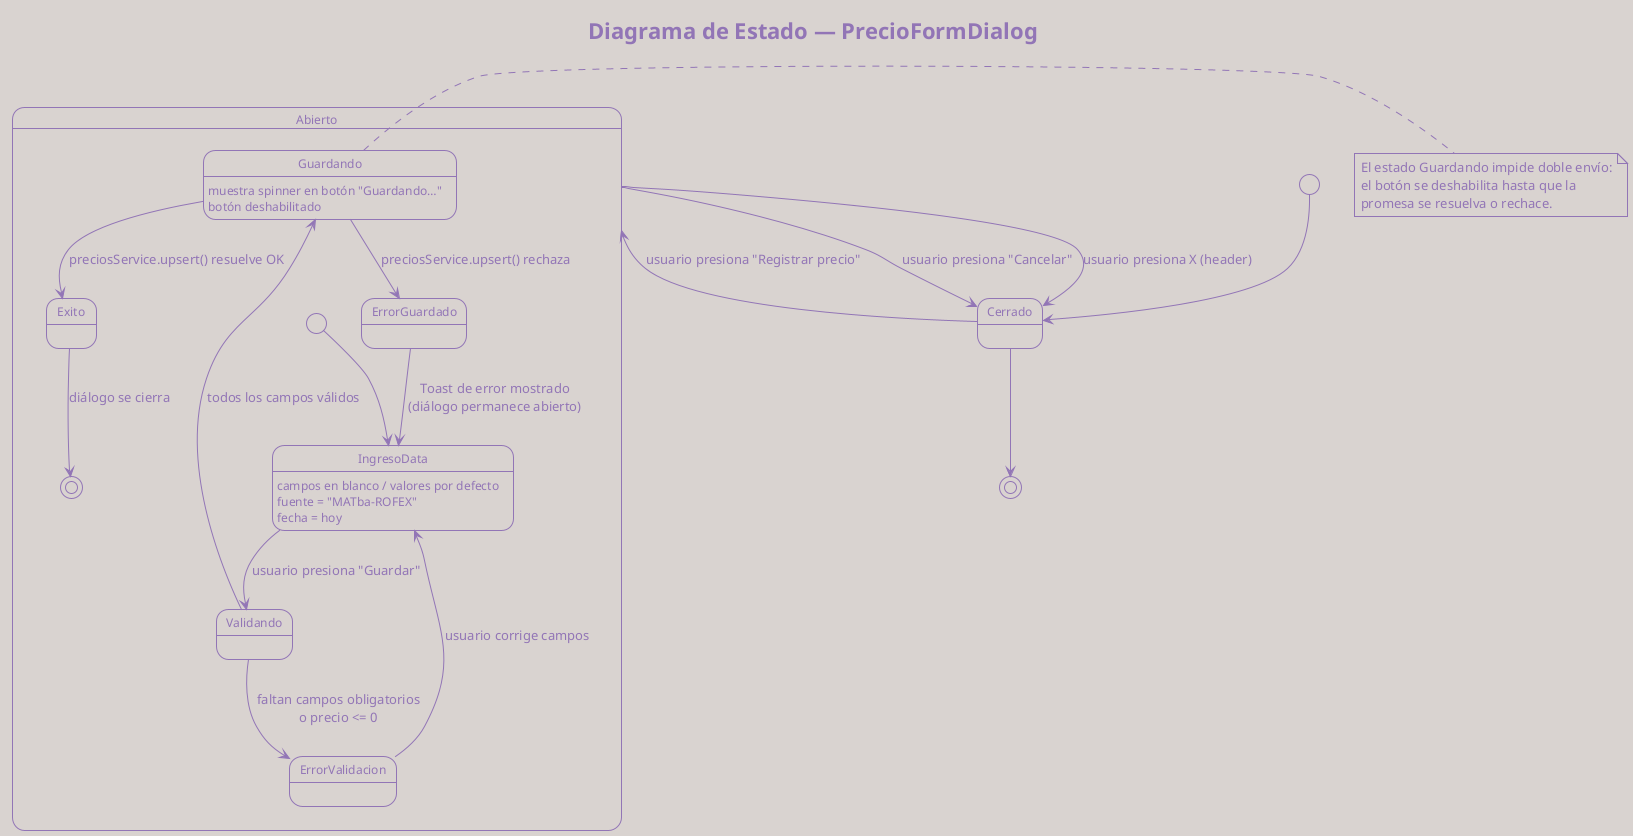
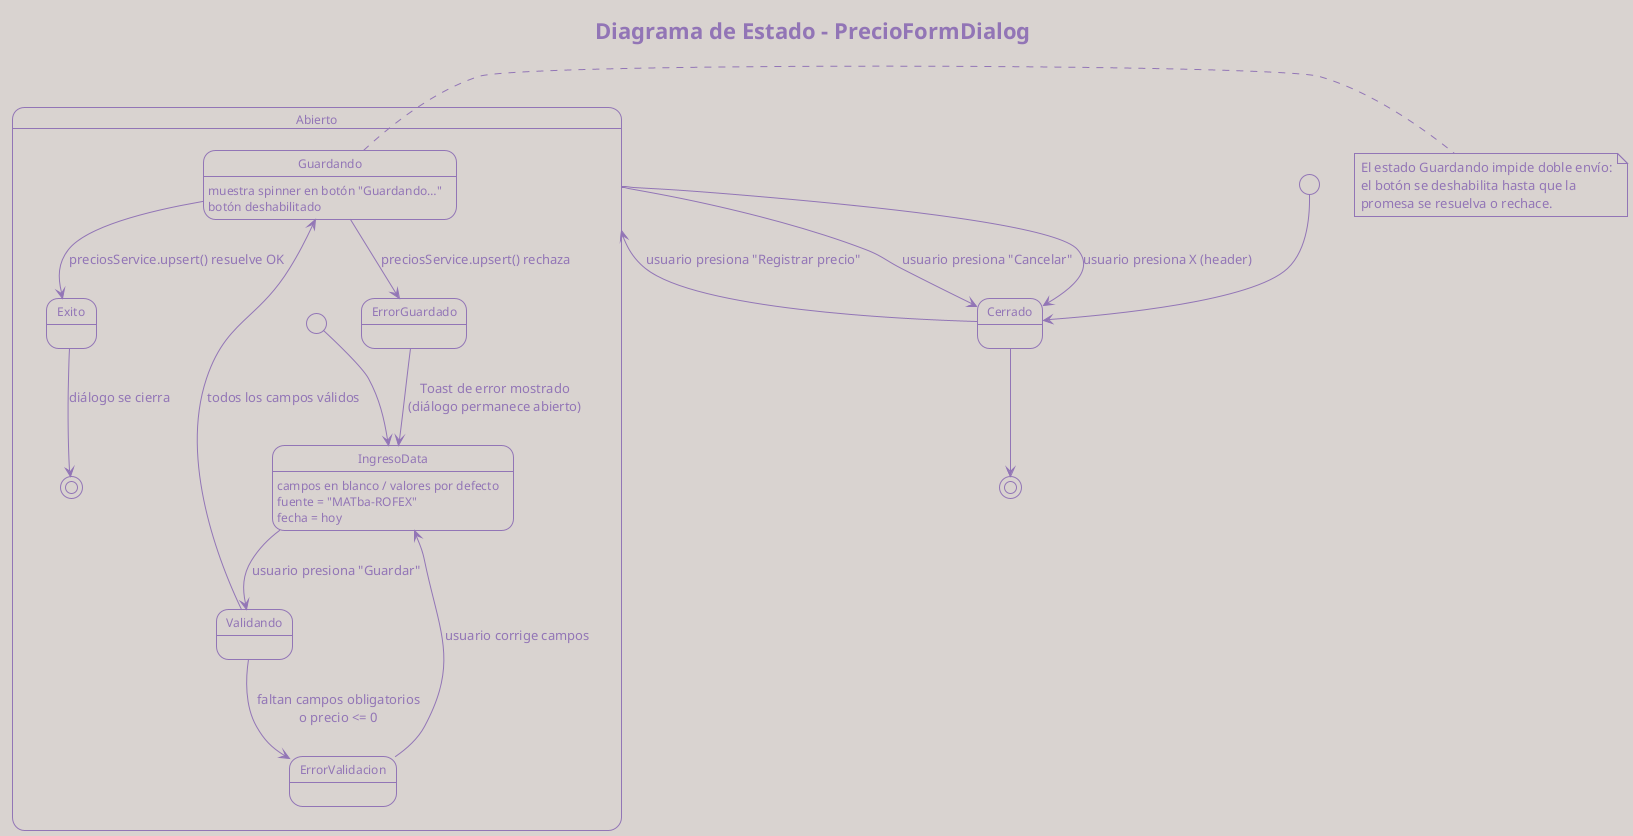
@startuml state-precio-form
- title Diagrama de Estado — PrecioFormDialog
+ title Diagrama de Estado - PrecioFormDialog

skinparam shadowing false
skinparam stateFontSize 12

!theme mimeograph

[*] --> Cerrado

Cerrado --> Abierto : usuario presiona "Registrar precio"

state Abierto {
  [*] --> IngresoData

  IngresoData : campos en blanco / valores por defecto
  IngresoData : fuente = "MATba-ROFEX"
  IngresoData : fecha = hoy

  IngresoData --> Validando : usuario presiona "Guardar"

  Validando --> ErrorValidacion : faltan campos obligatorios\no precio <= 0
  Validando --> Guardando       : todos los campos válidos

  ErrorValidacion --> IngresoData : usuario corrige campos

  Guardando : muestra spinner en botón "Guardando…"
  Guardando : botón deshabilitado

  Guardando --> Exito  : preciosService.upsert() resuelve OK
  Guardando --> ErrorGuardado : preciosService.upsert() rechaza

  ErrorGuardado --> IngresoData : Toast de error mostrado\n(diálogo permanece abierto)

  Exito --> [*] : diálogo se cierra
}

Abierto --> Cerrado : usuario presiona "Cancelar"
Abierto --> Cerrado : usuario presiona X (header)

Cerrado --> [*]

note right of Guardando
  El estado Guardando impide doble envío:
  el botón se deshabilita hasta que la
  promesa se resuelva o rechace.
end note

@enduml
